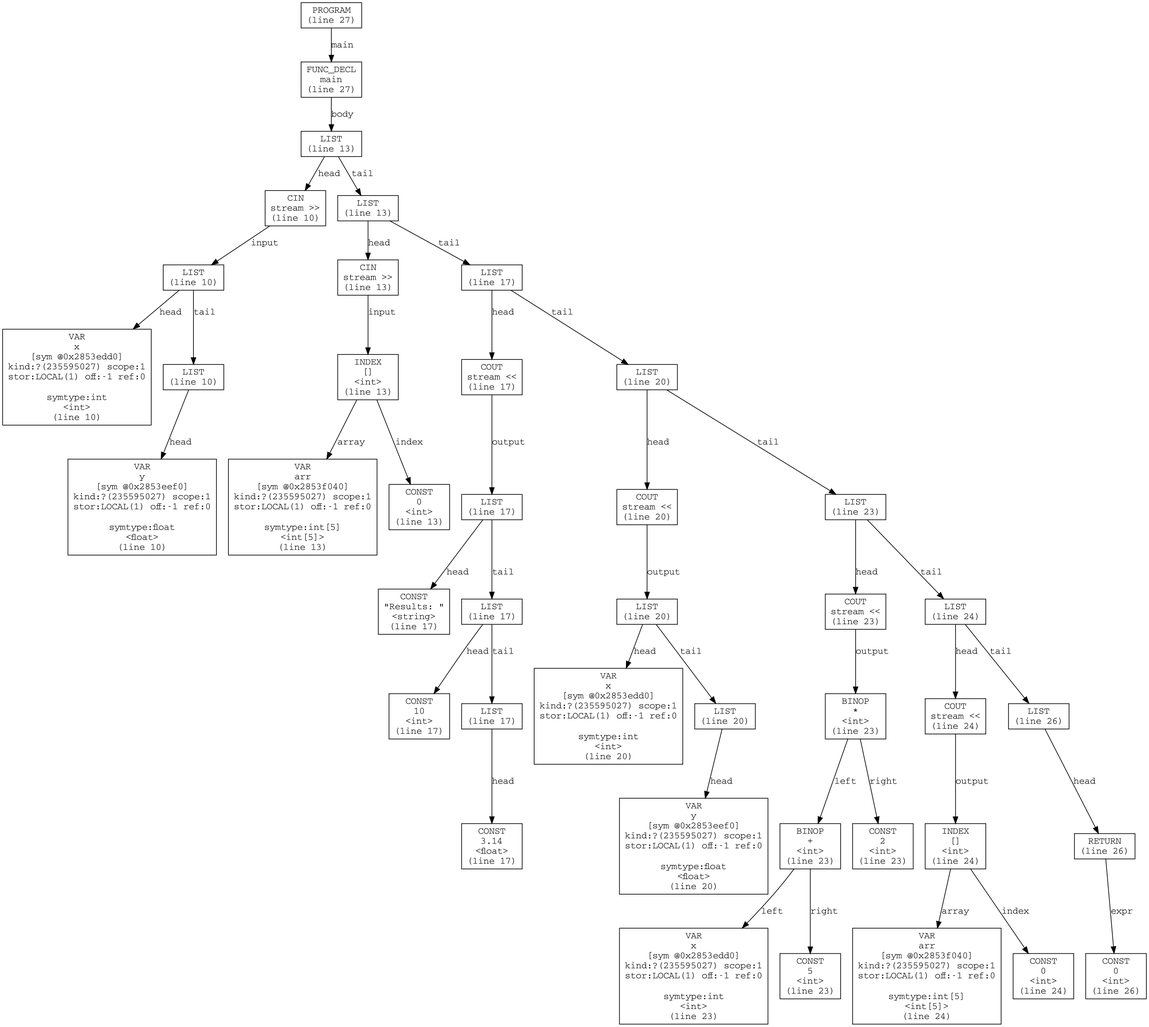
Before: syntaxExtreme/ast.png, a diagram exported from Graphviz (kalamakis/Cpp-compiler). Its source is kept beside it as syntaxExtreme/ast.dot.
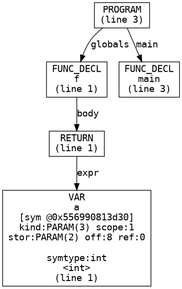
After the commit.

Change to the diagram source:
```diff
@@ -1,87 +1,13 @@
 digraph AST {
   node [shape=box, fontname="Courier"];
   edge [fontname="Courier"];
-  n0 [label="PROGRAM\n(line 27)"];
-  n1 [label="FUNC_DECL\nmain\n(line 27)"];
-  n2 [label="LIST\n(line 13)"];
-  n3 [label="CIN\nstream >>\n(line 10)"];
-  n4 [label="LIST\n(line 10)"];
-  n5 [label="VAR\nx\n[sym @0x2853edd0]\nkind:?(235595027) scope:1\nstor:LOCAL(1) off:-1 ref:0\n\nsymtype:int\n<int>\n(line 10)"];
-  n4 -> n5 [label="head"];
-  n6 [label="LIST\n(line 10)"];
-  n7 [label="VAR\ny\n[sym @0x2853eef0]\nkind:?(235595027) scope:1\nstor:LOCAL(1) off:-1 ref:0\n\nsymtype:float\n<float>\n(line 10)"];
-  n6 -> n7 [label="head"];
-  n4 -> n6 [label="tail"];
-  n3 -> n4 [label="input"];
-  n2 -> n3 [label="head"];
-  n8 [label="LIST\n(line 13)"];
-  n9 [label="CIN\nstream >>\n(line 13)"];
-  n10 [label="INDEX\n[]\n<int>\n(line 13)"];
-  n11 [label="VAR\narr\n[sym @0x2853f040]\nkind:?(235595027) scope:1\nstor:LOCAL(1) off:-1 ref:0\n\nsymtype:int[5]\n<int[5]>\n(line 13)"];
-  n10 -> n11 [label="array"];
-  n12 [label="CONST\n0\n<int>\n(line 13)"];
-  n10 -> n12 [label="index"];
-  n9 -> n10 [label="input"];
-  n8 -> n9 [label="head"];
-  n13 [label="LIST\n(line 17)"];
-  n14 [label="COUT\nstream <<\n(line 17)"];
-  n15 [label="LIST\n(line 17)"];
-  n16 [label="CONST\n\"Results: \"\n<string>\n(line 17)"];
-  n15 -> n16 [label="head"];
-  n17 [label="LIST\n(line 17)"];
-  n18 [label="CONST\n10\n<int>\n(line 17)"];
-  n17 -> n18 [label="head"];
-  n19 [label="LIST\n(line 17)"];
-  n20 [label="CONST\n3.14\n<float>\n(line 17)"];
-  n19 -> n20 [label="head"];
-  n17 -> n19 [label="tail"];
-  n15 -> n17 [label="tail"];
-  n14 -> n15 [label="output"];
-  n13 -> n14 [label="head"];
-  n21 [label="LIST\n(line 20)"];
-  n22 [label="COUT\nstream <<\n(line 20)"];
-  n23 [label="LIST\n(line 20)"];
-  n24 [label="VAR\nx\n[sym @0x2853edd0]\nkind:?(235595027) scope:1\nstor:LOCAL(1) off:-1 ref:0\n\nsymtype:int\n<int>\n(line 20)"];
-  n23 -> n24 [label="head"];
-  n25 [label="LIST\n(line 20)"];
-  n26 [label="VAR\ny\n[sym @0x2853eef0]\nkind:?(235595027) scope:1\nstor:LOCAL(1) off:-1 ref:0\n\nsymtype:float\n<float>\n(line 20)"];
-  n25 -> n26 [label="head"];
-  n23 -> n25 [label="tail"];
-  n22 -> n23 [label="output"];
-  n21 -> n22 [label="head"];
-  n27 [label="LIST\n(line 23)"];
-  n28 [label="COUT\nstream <<\n(line 23)"];
-  n29 [label="BINOP\n*\n<int>\n(line 23)"];
-  n30 [label="BINOP\n+\n<int>\n(line 23)"];
-  n31 [label="VAR\nx\n[sym @0x2853edd0]\nkind:?(235595027) scope:1\nstor:LOCAL(1) off:-1 ref:0\n\nsymtype:int\n<int>\n(line 23)"];
-  n30 -> n31 [label="left"];
-  n32 [label="CONST\n5\n<int>\n(line 23)"];
-  n30 -> n32 [label="right"];
-  n29 -> n30 [label="left"];
-  n33 [label="CONST\n2\n<int>\n(line 23)"];
-  n29 -> n33 [label="right"];
-  n28 -> n29 [label="output"];
-  n27 -> n28 [label="head"];
-  n34 [label="LIST\n(line 24)"];
-  n35 [label="COUT\nstream <<\n(line 24)"];
-  n36 [label="INDEX\n[]\n<int>\n(line 24)"];
-  n37 [label="VAR\narr\n[sym @0x2853f040]\nkind:?(235595027) scope:1\nstor:LOCAL(1) off:-1 ref:0\n\nsymtype:int[5]\n<int[5]>\n(line 24)"];
-  n36 -> n37 [label="array"];
-  n38 [label="CONST\n0\n<int>\n(line 24)"];
-  n36 -> n38 [label="index"];
-  n35 -> n36 [label="output"];
-  n34 -> n35 [label="head"];
-  n39 [label="LIST\n(line 26)"];
-  n40 [label="RETURN\n(line 26)"];
-  n41 [label="CONST\n0\n<int>\n(line 26)"];
-  n40 -> n41 [label="expr"];
-  n39 -> n40 [label="head"];
-  n34 -> n39 [label="tail"];
-  n27 -> n34 [label="tail"];
-  n21 -> n27 [label="tail"];
-  n13 -> n21 [label="tail"];
-  n8 -> n13 [label="tail"];
-  n2 -> n8 [label="tail"];
+  n0 [label="PROGRAM\n(line 3)"];
+  n1 [label="FUNC_DECL\nf\n(line 1)"];
+  n2 [label="RETURN\n(line 1)"];
+  n3 [label="VAR\na\n[sym @0x556990813d30]\nkind:PARAM(3) scope:1\nstor:PARAM(2) off:8 ref:0\n\nsymtype:int\n<int>\n(line 1)"];
+  n2 -> n3 [label="expr"];
   n1 -> n2 [label="body"];
-  n0 -> n1 [label="main"];
+  n0 -> n1 [label="globals"];
+  n4 [label="FUNC_DECL\nmain\n(line 3)"];
+  n0 -> n4 [label="main"];
 }
```
